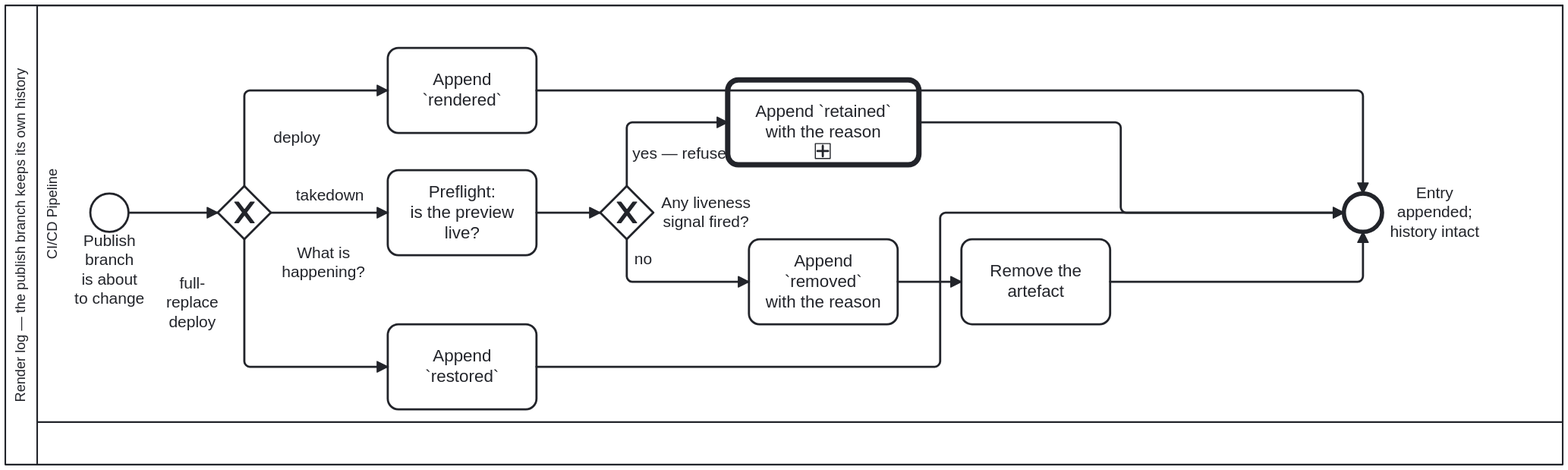
Earlier version of the BPMN export docs/assets/img/workflows/staging-render-log.svg (litlfred/cat-harness). Its source is kept beside it as processes/ui/staging-render-log.bpmn. Ids are renumbered. Source of this version:
```xml
<bpmn:definitions xmlns:bpmn="http://www.omg.org/spec/BPMN/20100524/MODEL"
                  xmlns:bpmndi="http://www.omg.org/spec/BPMN/20100524/DI"
                  xmlns:dc="http://www.omg.org/spec/DD/20100524/DC"
                  xmlns:di="http://www.omg.org/spec/DD/20100524/DI"
                  xmlns:bootstrap.processes="https://litlfred.github.io/bootstrap/v0/processes/ns#"
                   xmlns:cat-harness.processes="https://litlfred.github.io/cat-harness/v0/processes/ns#"
                  id="Definitions_Process_RenderLog" targetNamespace="https://litlfred.github.io/folio-assistant/workflows"
                  exporter="folio-assistant" exporterVersion="1">
  <bpmn:import namespace="https://litlfred.github.io/bootstrap/v0/processes/ns#" location="https://litlfred.github.io/bootstrap/v0/processes/ns.jsonld" importType="http://www.w3.org/ns/json-ld"/>
  <bpmn:resource id="build-pipeline" name="Build pipeline"/>
  <bpmn:collaboration id="Collaboration_Process_RenderLog">
    <bpmn:participant id="Participant_Process_RenderLog" name="Render log — the publish branch keeps its own history" processRef="Process_RenderLog"/>
  </bpmn:collaboration>
  <bpmn:process id="Process_RenderLog" name="Render log — the publish branch keeps its own history" isExecutable="false">
    <bpmn:documentation>Every change to the publish branch appends an entry to `_render-log/&lt;day&gt;.jsonl`. A removal is a NEW entry, never the erasure of the `rendered` one before it — the pair is the history. The lane is the build pipeline because every writer is a workflow job; no agent decides what goes in this log. A system lane runs a fixed program and exercises no judgement, which is exactly what an append-only log wants.

The question it exists to answer: what happened to STAGING/&lt;slug&gt;, and why. Bean `plj1` is why it is needed — a full-replace deploy silently deleted every open PR's preview, for months, and the publish branch kept no record of its own changes. The publish branch has several publishers and one of them replaces the whole branch, which is why a removed preview needs a record of its own.</bpmn:documentation>
    <bpmn:extensionElements>
      <cat-harness.processes:policy enforcement="strict"/>
    </bpmn:extensionElements>
    <bpmn:laneSet id="LaneSet_Process_RenderLog">
      <bpmn:lane id="Lane_Pipeline" name="CI/CD Pipeline" partitionElementRef="build-pipeline">
        <bpmn:documentation>Every branch of GW_What — deploy, takedown, full-replace — is logged by this same lane regardless of which is firing, and the ORDER matters as much as the fact: A_LogRemoved happens before A_Remove specifically so a job that dies mid-step leaves a record of intent rather than an artefact that vanished with nothing said about it.</bpmn:documentation>
        <bpmn:flowNodeRef>Start_Process_RenderLog</bpmn:flowNodeRef>
        <bpmn:flowNodeRef>GW_What</bpmn:flowNodeRef>
        <bpmn:flowNodeRef>A_LogRendered</bpmn:flowNodeRef>
        <bpmn:flowNodeRef>A_Preflight</bpmn:flowNodeRef>
        <bpmn:flowNodeRef>GW_Live</bpmn:flowNodeRef>
        <bpmn:flowNodeRef>A_LogRetained</bpmn:flowNodeRef>
        <bpmn:flowNodeRef>A_LogRemoved</bpmn:flowNodeRef>
        <bpmn:flowNodeRef>A_Remove</bpmn:flowNodeRef>
        <bpmn:flowNodeRef>A_LogRestored</bpmn:flowNodeRef>
        <bpmn:flowNodeRef>End_Process_RenderLog</bpmn:flowNodeRef>
      </bpmn:lane>
    </bpmn:laneSet>

    <bpmn:startEvent id="Start_Process_RenderLog" name="Publish branch
is about to change"/>

    <bpmn:exclusiveGateway id="GW_What" name="What is
happening?">
      <bpmn:documentation>What is about to happen to the publish branch? A `deploy` appends `rendered`; a `takedown` first preflights whether the preview is live; a `full-replace deploy` appends `restored` for the previews it put back.</bpmn:documentation>
    </bpmn:exclusiveGateway>

    <bpmn:task id="A_LogRendered" name="Append `rendered`">
      <bpmn:documentation>A re-deploy is a rendering, so it gets its own entry rather than overwriting the last. "When was this last built" is then answerable without diffing commits.</bpmn:documentation>
      <bpmn:extensionElements><bootstrap.processes:skill ref="render-logging"/></bpmn:extensionElements>
    </bpmn:task>

    <bpmn:task id="A_Preflight" name="Preflight:
is the preview live?">
      <bpmn:documentation>`previewLiveness` — a disjunction over open-pr, unmerged-branch and recent-commit, shared with the health sweep so the two cannot disagree. Bean `w2g5`: a preview whose pull request is closed is NOT an abandoned one.</bpmn:documentation>
      <bpmn:extensionElements><bootstrap.processes:skill ref="render-logging"/></bpmn:extensionElements>
    </bpmn:task>

    <bpmn:exclusiveGateway id="GW_Live" name="Any liveness
signal fired?">
      <bpmn:documentation>Answered by the preflight: did any liveness signal fire for this preview? `yes — refuse` keeps it and appends `retained` with the reason; `no` removes it and appends `removed` with the reason.</bpmn:documentation>
    </bpmn:exclusiveGateway>

    <bpmn:callActivity id="A_LogRetained" name="Append `retained`
with the reason" calledElement="GT_LogRetained"/>

    <bpmn:task id="A_LogRemoved" name="Append `removed`
with the reason">
      <bpmn:documentation>BEFORE the removal, not after: a job that dies mid-step must leave a record of the intent rather than an artefact that vanished with no entry. A reason is REQUIRED — an entry saying an artefact went and not why is the ambiguity this log exists to prevent.</bpmn:documentation>
      <bpmn:extensionElements><bootstrap.processes:skill ref="render-logging"/></bpmn:extensionElements>
    </bpmn:task>

    <bpmn:task id="A_Remove" name="Remove the artefact">
      <bpmn:documentation>`rm -rf STAGING/&lt;slug&gt;`. Cannot reach the log, which lives outside STAGING/ — structural rather than guarded, because a branch named to collide with a directory under STAGING/ slugifies to exactly that name and git permits the ref.</bpmn:documentation>
      <bpmn:extensionElements><bootstrap.processes:skill ref="render-logging"/></bpmn:extensionElements>
    </bpmn:task>

    <bpmn:task id="A_LogRestored" name="Append `restored`">
      <bpmn:documentation>A full-replace deploy (`docs-site.yml`, the only publisher without keep_files) wipes the branch; `restore-staging` carries the previews AND this log back in. Its own event rather than a second `rendered`, because "somebody pushed this branch" and "an unrelated merge nearly deleted it" are different facts — and bean `plj1` is what happens when the second is invisible.</bpmn:documentation>
      <bpmn:extensionElements><bootstrap.processes:skill ref="render-logging"/></bpmn:extensionElements>
    </bpmn:task>

    <bpmn:endEvent id="End_Process_RenderLog" name="Entry appended;
history intact"/>

    <bpmn:sequenceFlow id="SF_Process_RenderLog_1" sourceRef="Start_Process_RenderLog" targetRef="GW_What"/>
    <bpmn:sequenceFlow id="SF_Process_RenderLog_2" name="deploy" sourceRef="GW_What" targetRef="A_LogRendered"/>
    <bpmn:sequenceFlow id="SF_Process_RenderLog_3" name="takedown" sourceRef="GW_What" targetRef="A_Preflight"/>
    <bpmn:sequenceFlow id="SF_Process_RenderLog_4" name="full-replace deploy" sourceRef="GW_What" targetRef="A_LogRestored"/>
    <bpmn:sequenceFlow id="SF_Process_RenderLog_5" sourceRef="A_Preflight" targetRef="GW_Live"/>
    <bpmn:sequenceFlow id="SF_Process_RenderLog_6" name="yes — refuse" sourceRef="GW_Live" targetRef="A_LogRetained"/>
    <bpmn:sequenceFlow id="SF_Process_RenderLog_7" name="no" sourceRef="GW_Live" targetRef="A_LogRemoved"/>
    <bpmn:sequenceFlow id="SF_Process_RenderLog_8" sourceRef="A_LogRemoved" targetRef="A_Remove"/>
    <bpmn:sequenceFlow id="SF_Process_RenderLog_9" sourceRef="A_LogRendered" targetRef="End_Process_RenderLog"/>
    <bpmn:sequenceFlow id="SF_Process_RenderLog_10" sourceRef="A_LogRetained" targetRef="End_Process_RenderLog"/>
    <bpmn:sequenceFlow id="SF_Process_RenderLog_11" sourceRef="A_Remove" targetRef="End_Process_RenderLog"/>
    <bpmn:sequenceFlow id="SF_Process_RenderLog_12" sourceRef="A_LogRestored" targetRef="End_Process_RenderLog"/>
  </bpmn:process>

  <bpmndi:BPMNDiagram id="Diagram_Process_RenderLog">
    <bpmndi:BPMNPlane id="Plane_Process_RenderLog" bpmnElement="Collaboration_Process_RenderLog">
      <bpmndi:BPMNShape id="Shape_Participant_Process_RenderLog" bpmnElement="Participant_Process_RenderLog" isHorizontal="true">
        <dc:Bounds x="160" y="80" width="1466" height="432" />
      </bpmndi:BPMNShape>
      <bpmndi:BPMNShape id="Shape_Lane_Pipeline_Process_RenderLog" bpmnElement="Lane_Pipeline" isHorizontal="true">
        <dc:Bounds x="190" y="80" width="1436" height="392" />
      </bpmndi:BPMNShape>
      <bpmndi:BPMNShape id="Shape_Start_Process_RenderLog" bpmnElement="Start_Process_RenderLog">
        <dc:Bounds x="240" y="257" width="36" height="36" />
      </bpmndi:BPMNShape>
      <bpmndi:BPMNShape id="Shape_GW_What" bpmnElement="GW_What" isMarkerVisible="true">
        <dc:Bounds x="360" y="250" width="50" height="50" />

      <bpmndi:BPMNLabel><dc:Bounds x="414" y="304" width="90" height="36" /></bpmndi:BPMNLabel></bpmndi:BPMNShape>
      <bpmndi:BPMNShape id="Shape_A_LogRendered" bpmnElement="A_LogRendered">
        <dc:Bounds x="520" y="120" width="140" height="80" />
      </bpmndi:BPMNShape>
      <bpmndi:BPMNShape id="Shape_A_Preflight" bpmnElement="A_Preflight">
        <dc:Bounds x="520" y="235" width="140" height="80" />
      </bpmndi:BPMNShape>
      <bpmndi:BPMNShape id="Shape_GW_Live" bpmnElement="GW_Live" isMarkerVisible="true">
        <dc:Bounds x="720" y="250" width="50" height="50" />

      <bpmndi:BPMNLabel><dc:Bounds x="774" y="257" width="90" height="36" /></bpmndi:BPMNLabel></bpmndi:BPMNShape>
      <bpmndi:BPMNShape id="Shape_A_LogRetained" bpmnElement="A_LogRetained">
        <dc:Bounds x="840" y="150" width="180" height="80" />
      </bpmndi:BPMNShape>
      <bpmndi:BPMNShape id="Shape_A_LogRemoved" bpmnElement="A_LogRemoved">
        <dc:Bounds x="860" y="300" width="140" height="80" />
      </bpmndi:BPMNShape>
      <bpmndi:BPMNShape id="Shape_A_Remove" bpmnElement="A_Remove">
        <dc:Bounds x="1060" y="300" width="140" height="80" />
      </bpmndi:BPMNShape>
      <bpmndi:BPMNShape id="Shape_A_LogRestored" bpmnElement="A_LogRestored">
        <dc:Bounds x="520" y="380" width="140" height="80" />
      </bpmndi:BPMNShape>
      <bpmndi:BPMNShape id="Shape_End_Process_RenderLog" bpmnElement="End_Process_RenderLog">
        <dc:Bounds x="1420" y="257" width="36" height="36" />

      <bpmndi:BPMNLabel><dc:Bounds x="1460" y="248" width="90" height="54" /></bpmndi:BPMNLabel></bpmndi:BPMNShape>
      <bpmndi:BPMNEdge id="Edge_SF_Process_RenderLog_1" bpmnElement="SF_Process_RenderLog_1">
        <di:waypoint x="276" y="275" />
        <di:waypoint x="360" y="275" />
      </bpmndi:BPMNEdge>
      <bpmndi:BPMNEdge id="Edge_SF_Process_RenderLog_2" bpmnElement="SF_Process_RenderLog_2">
        <di:waypoint x="385" y="250" />
        <di:waypoint x="385" y="160" />
        <di:waypoint x="520" y="160" />
        <bpmndi:BPMNLabel><dc:Bounds x="389" y="196" width="90" height="18" /></bpmndi:BPMNLabel>
      </bpmndi:BPMNEdge>
      <bpmndi:BPMNEdge id="Edge_SF_Process_RenderLog_3" bpmnElement="SF_Process_RenderLog_3">
        <di:waypoint x="410" y="275" />
        <di:waypoint x="520" y="275" />
      </bpmndi:BPMNEdge>
      <bpmndi:BPMNEdge id="Edge_SF_Process_RenderLog_4" bpmnElement="SF_Process_RenderLog_4">
        <di:waypoint x="385" y="300" />
        <di:waypoint x="385" y="420" />
        <di:waypoint x="520" y="420" />
        <bpmndi:BPMNLabel><dc:Bounds x="291" y="333" width="90" height="54" /></bpmndi:BPMNLabel>
      </bpmndi:BPMNEdge>
      <bpmndi:BPMNEdge id="Edge_SF_Process_RenderLog_5" bpmnElement="SF_Process_RenderLog_5">
        <di:waypoint x="660" y="275" />
        <di:waypoint x="720" y="275" />
      </bpmndi:BPMNEdge>
      <bpmndi:BPMNEdge id="Edge_SF_Process_RenderLog_6" bpmnElement="SF_Process_RenderLog_6">
        <di:waypoint x="745" y="250" />
        <di:waypoint x="745" y="190" />
        <di:waypoint x="840" y="190" />
        <bpmndi:BPMNLabel><dc:Bounds x="749" y="211" width="90" height="18" /></bpmndi:BPMNLabel>
      </bpmndi:BPMNEdge>
      <bpmndi:BPMNEdge id="Edge_SF_Process_RenderLog_7" bpmnElement="SF_Process_RenderLog_7">
        <di:waypoint x="745" y="300" />
        <di:waypoint x="745" y="340" />
        <di:waypoint x="860" y="340" />
      </bpmndi:BPMNEdge>
      <bpmndi:BPMNEdge id="Edge_SF_Process_RenderLog_8" bpmnElement="SF_Process_RenderLog_8">
        <di:waypoint x="1000" y="340" />
        <di:waypoint x="1060" y="340" />
      </bpmndi:BPMNEdge>
      <bpmndi:BPMNEdge id="Edge_SF_Process_RenderLog_9" bpmnElement="SF_Process_RenderLog_9">
        <di:waypoint x="660" y="160" />
        <di:waypoint x="1438" y="160" />
        <di:waypoint x="1438" y="257" />
      </bpmndi:BPMNEdge>
      <bpmndi:BPMNEdge id="Edge_SF_Process_RenderLog_10" bpmnElement="SF_Process_RenderLog_10">
        <di:waypoint x="1020" y="190" />
        <di:waypoint x="1210" y="190" />
        <di:waypoint x="1210" y="275" />
        <di:waypoint x="1420" y="275" />
      </bpmndi:BPMNEdge>
      <bpmndi:BPMNEdge id="Edge_SF_Process_RenderLog_11" bpmnElement="SF_Process_RenderLog_11">
        <di:waypoint x="1200" y="340" />
        <di:waypoint x="1438" y="340" />
        <di:waypoint x="1438" y="293" />
      </bpmndi:BPMNEdge>
      <bpmndi:BPMNEdge id="Edge_SF_Process_RenderLog_12" bpmnElement="SF_Process_RenderLog_12">
        <di:waypoint x="660" y="420" />
        <di:waypoint x="1040" y="420" />
        <di:waypoint x="1040" y="275" />
        <di:waypoint x="1420" y="275" />
      </bpmndi:BPMNEdge>
    </bpmndi:BPMNPlane>
  </bpmndi:BPMNDiagram>
</bpmn:definitions>
```
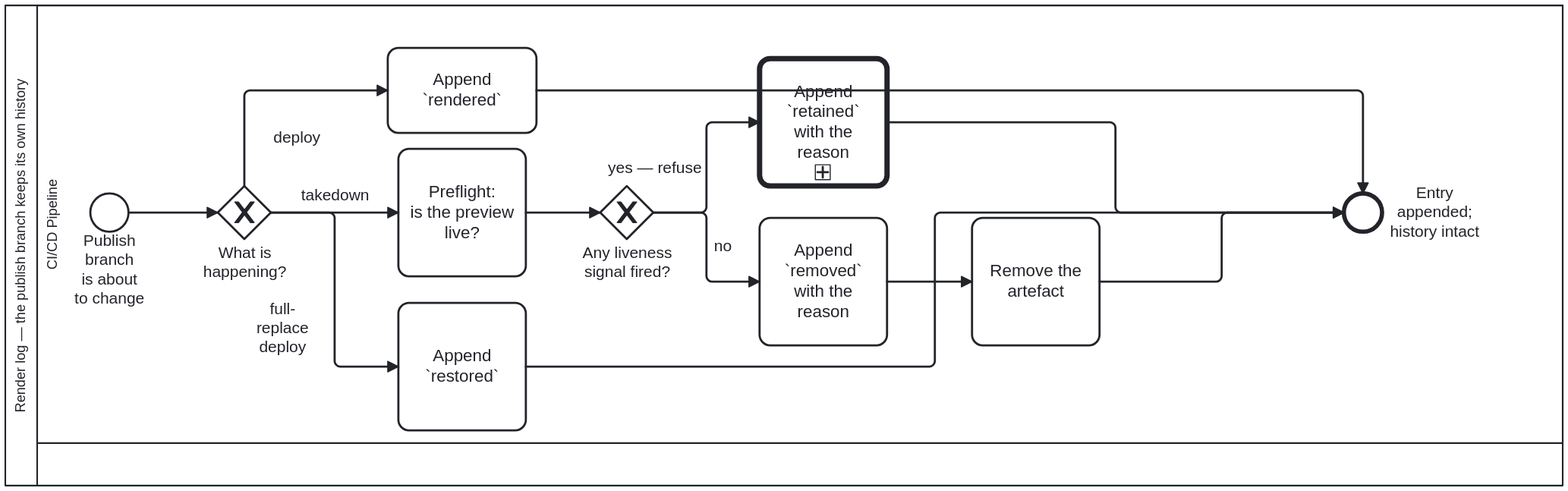
After the change.

Change to the diagram source:
```diff
@@ -97,10 +97,10 @@
   <bpmndi:BPMNDiagram id="Diagram_Process_RenderLog">
     <bpmndi:BPMNPlane id="Plane_Process_RenderLog" bpmnElement="Collaboration_Process_RenderLog">
       <bpmndi:BPMNShape id="Shape_Participant_Process_RenderLog" bpmnElement="Participant_Process_RenderLog" isHorizontal="true">
-        <dc:Bounds x="160" y="80" width="1466" height="432" />
+        <dc:Bounds x="160" y="80" width="1466" height="452" />
       </bpmndi:BPMNShape>
       <bpmndi:BPMNShape id="Shape_Lane_Pipeline_Process_RenderLog" bpmnElement="Lane_Pipeline" isHorizontal="true">
-        <dc:Bounds x="190" y="80" width="1436" height="392" />
+        <dc:Bounds x="190" y="80" width="1436" height="412" />
       </bpmndi:BPMNShape>
       <bpmndi:BPMNShape id="Shape_Start_Process_RenderLog" bpmnElement="Start_Process_RenderLog">
         <dc:Bounds x="240" y="257" width="36" height="36" />
@@ -108,28 +108,28 @@
       <bpmndi:BPMNShape id="Shape_GW_What" bpmnElement="GW_What" isMarkerVisible="true">
         <dc:Bounds x="360" y="250" width="50" height="50" />
 
-      <bpmndi:BPMNLabel><dc:Bounds x="414" y="304" width="90" height="36" /></bpmndi:BPMNLabel></bpmndi:BPMNShape>
+      <bpmndi:BPMNLabel><dc:Bounds x="340" y="304" width="90" height="36" /></bpmndi:BPMNLabel></bpmndi:BPMNShape>
       <bpmndi:BPMNShape id="Shape_A_LogRendered" bpmnElement="A_LogRendered">
         <dc:Bounds x="520" y="120" width="140" height="80" />
       </bpmndi:BPMNShape>
       <bpmndi:BPMNShape id="Shape_A_Preflight" bpmnElement="A_Preflight">
-        <dc:Bounds x="520" y="235" width="140" height="80" />
+        <dc:Bounds x="530" y="215" width="120" height="120" />
       </bpmndi:BPMNShape>
       <bpmndi:BPMNShape id="Shape_GW_Live" bpmnElement="GW_Live" isMarkerVisible="true">
         <dc:Bounds x="720" y="250" width="50" height="50" />
 
-      <bpmndi:BPMNLabel><dc:Bounds x="774" y="257" width="90" height="36" /></bpmndi:BPMNLabel></bpmndi:BPMNShape>
+      <bpmndi:BPMNLabel><dc:Bounds x="700" y="304" width="90" height="36" /></bpmndi:BPMNLabel></bpmndi:BPMNShape>
       <bpmndi:BPMNShape id="Shape_A_LogRetained" bpmnElement="A_LogRetained">
-        <dc:Bounds x="840" y="150" width="180" height="80" />
+        <dc:Bounds x="870" y="130" width="120" height="120" />
       </bpmndi:BPMNShape>
       <bpmndi:BPMNShape id="Shape_A_LogRemoved" bpmnElement="A_LogRemoved">
-        <dc:Bounds x="860" y="300" width="140" height="80" />
+        <dc:Bounds x="870" y="280" width="120" height="120" />
       </bpmndi:BPMNShape>
       <bpmndi:BPMNShape id="Shape_A_Remove" bpmnElement="A_Remove">
-        <dc:Bounds x="1060" y="300" width="140" height="80" />
+        <dc:Bounds x="1070" y="280" width="120" height="120" />
       </bpmndi:BPMNShape>
       <bpmndi:BPMNShape id="Shape_A_LogRestored" bpmnElement="A_LogRestored">
-        <dc:Bounds x="520" y="380" width="140" height="80" />
+        <dc:Bounds x="530" y="360" width="120" height="120" />
       </bpmndi:BPMNShape>
       <bpmndi:BPMNShape id="Shape_End_Process_RenderLog" bpmnElement="End_Process_RenderLog">
         <dc:Bounds x="1420" y="257" width="36" height="36" />
@@ -147,32 +147,35 @@
       </bpmndi:BPMNEdge>
       <bpmndi:BPMNEdge id="Edge_SF_Process_RenderLog_3" bpmnElement="SF_Process_RenderLog_3">
         <di:waypoint x="410" y="275" />
-        <di:waypoint x="520" y="275" />
+        <di:waypoint x="530" y="275" />
       </bpmndi:BPMNEdge>
       <bpmndi:BPMNEdge id="Edge_SF_Process_RenderLog_4" bpmnElement="SF_Process_RenderLog_4">
-        <di:waypoint x="385" y="300" />
-        <di:waypoint x="385" y="420" />
-        <di:waypoint x="520" y="420" />
-        <bpmndi:BPMNLabel><dc:Bounds x="291" y="333" width="90" height="54" /></bpmndi:BPMNLabel>
+        <di:waypoint x="410" y="275" />
+        <di:waypoint x="470" y="275" />
+        <di:waypoint x="470" y="420" />
+        <di:waypoint x="530" y="420" />
+        <bpmndi:BPMNLabel><dc:Bounds x="376" y="356.75" width="90" height="54" /></bpmndi:BPMNLabel>
       </bpmndi:BPMNEdge>
       <bpmndi:BPMNEdge id="Edge_SF_Process_RenderLog_5" bpmnElement="SF_Process_RenderLog_5">
-        <di:waypoint x="660" y="275" />
+        <di:waypoint x="650" y="275" />
         <di:waypoint x="720" y="275" />
       </bpmndi:BPMNEdge>
       <bpmndi:BPMNEdge id="Edge_SF_Process_RenderLog_6" bpmnElement="SF_Process_RenderLog_6">
-        <di:waypoint x="745" y="250" />
-        <di:waypoint x="745" y="190" />
-        <di:waypoint x="840" y="190" />
-        <bpmndi:BPMNLabel><dc:Bounds x="749" y="211" width="90" height="18" /></bpmndi:BPMNLabel>
+        <di:waypoint x="770" y="275" />
+        <di:waypoint x="820" y="275" />
+        <di:waypoint x="820" y="190" />
+        <di:waypoint x="870" y="190" />
+        <bpmndi:BPMNLabel><dc:Bounds x="726" y="223.5" width="90" height="18" /></bpmndi:BPMNLabel>
       </bpmndi:BPMNEdge>
       <bpmndi:BPMNEdge id="Edge_SF_Process_RenderLog_7" bpmnElement="SF_Process_RenderLog_7">
-        <di:waypoint x="745" y="300" />
-        <di:waypoint x="745" y="340" />
-        <di:waypoint x="860" y="340" />
+        <di:waypoint x="770" y="275" />
+        <di:waypoint x="820" y="275" />
+        <di:waypoint x="820" y="340" />
+        <di:waypoint x="870" y="340" />
       </bpmndi:BPMNEdge>
       <bpmndi:BPMNEdge id="Edge_SF_Process_RenderLog_8" bpmnElement="SF_Process_RenderLog_8">
-        <di:waypoint x="1000" y="340" />
-        <di:waypoint x="1060" y="340" />
+        <di:waypoint x="990" y="340" />
+        <di:waypoint x="1070" y="340" />
       </bpmndi:BPMNEdge>
       <bpmndi:BPMNEdge id="Edge_SF_Process_RenderLog_9" bpmnElement="SF_Process_RenderLog_9">
         <di:waypoint x="660" y="160" />
@@ -180,20 +183,21 @@
         <di:waypoint x="1438" y="257" />
       </bpmndi:BPMNEdge>
       <bpmndi:BPMNEdge id="Edge_SF_Process_RenderLog_10" bpmnElement="SF_Process_RenderLog_10">
-        <di:waypoint x="1020" y="190" />
-        <di:waypoint x="1210" y="190" />
-        <di:waypoint x="1210" y="275" />
+        <di:waypoint x="990" y="190" />
+        <di:waypoint x="1205" y="190" />
+        <di:waypoint x="1205" y="275" />
         <di:waypoint x="1420" y="275" />
       </bpmndi:BPMNEdge>
       <bpmndi:BPMNEdge id="Edge_SF_Process_RenderLog_11" bpmnElement="SF_Process_RenderLog_11">
-        <di:waypoint x="1200" y="340" />
-        <di:waypoint x="1438" y="340" />
-        <di:waypoint x="1438" y="293" />
+        <di:waypoint x="1190" y="340" />
+        <di:waypoint x="1305" y="340" />
+        <di:waypoint x="1305" y="275" />
+        <di:waypoint x="1420" y="275" />
       </bpmndi:BPMNEdge>
       <bpmndi:BPMNEdge id="Edge_SF_Process_RenderLog_12" bpmnElement="SF_Process_RenderLog_12">
-        <di:waypoint x="660" y="420" />
-        <di:waypoint x="1040" y="420" />
-        <di:waypoint x="1040" y="275" />
+        <di:waypoint x="650" y="420" />
+        <di:waypoint x="1035" y="420" />
+        <di:waypoint x="1035" y="275" />
         <di:waypoint x="1420" y="275" />
       </bpmndi:BPMNEdge>
     </bpmndi:BPMNPlane>
```
